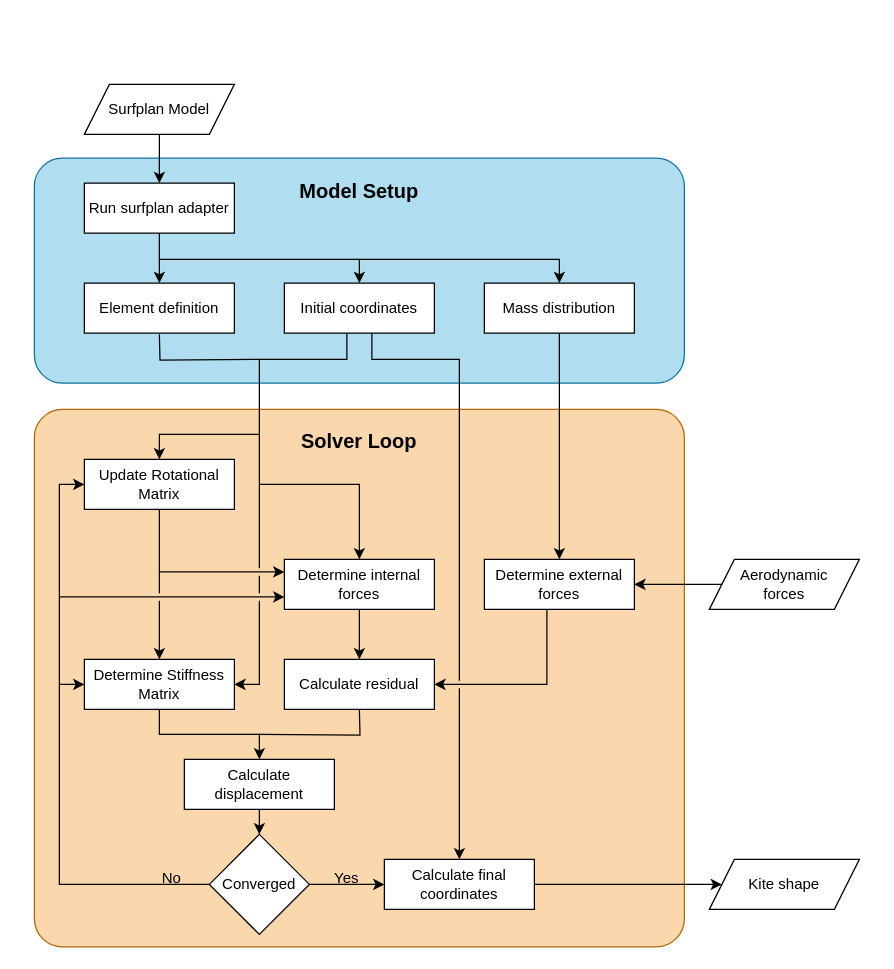
Earlier version of the draw.io diagram Figures/drawio/FEM_flowchart.drawio (PatrickRoel/Thesis). Source tidied: cells renumbered, new cells numbered last; positions are measured from the earlier drawing's top-left corner, leaving out a move shared by most shapes. Both pictures are drawn from the tidied source at 125%, with x=0, y=0 at pixel (34, 84).
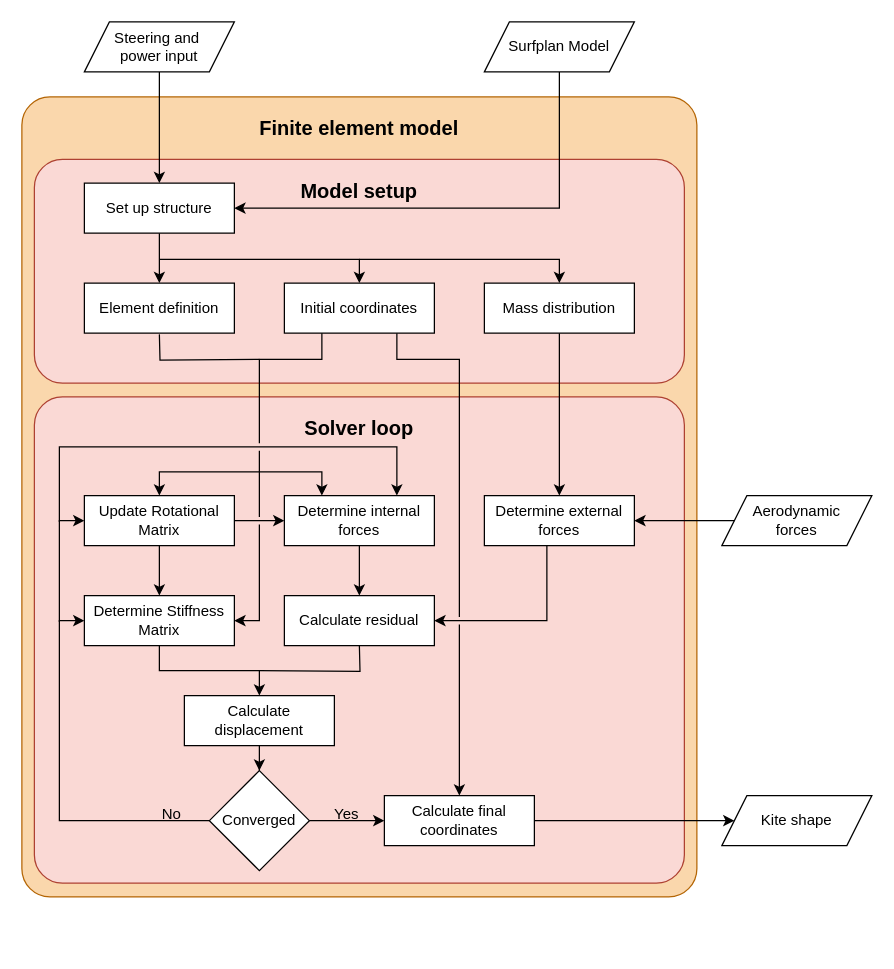
Above is the later version.

Unchanged cells that the change refers to:
```xml
<mxCell id="24" value="Initial coordinates" style="rounded=0;whiteSpace=wrap;html=1;" parent="1" vertex="1">
  <mxGeometry x="200" y="159" width="120" height="40" as="geometry" />
</mxCell>
```

What changed in the source:
```diff
@@
+    <mxCell id="46" style="rounded=1;whiteSpace=wrap;html=1;fillColor=#fad7ac;strokeColor=#b46504;absoluteArcSize=1;arcSize=45;" parent="1" vertex="1">
+      <mxGeometry x="-10" y="10" width="540" height="640" as="geometry" />
+    </mxCell>
-    <mxCell id="2" style="rounded=1;whiteSpace=wrap;html=1;fillColor=#FAD7AC;strokeColor=#b46504;glass=0;shadow=0;arcSize=45;absoluteArcSize=1;" parent="1" vertex="1">
-      <mxGeometry y="260" width="520" height="430" as="geometry" />
+    <mxCell id="2" style="rounded=1;whiteSpace=wrap;html=1;fillColor=#fad9d5;strokeColor=#ae4132;glass=0;shadow=0;arcSize=45;absoluteArcSize=1;" parent="1" vertex="1">
+      <mxGeometry y="250" width="520" height="389" as="geometry" />
     </mxCell>
-    <mxCell id="3" value="Solver Loop" style="text;html=1;whiteSpace=wrap;strokeColor=none;fillColor=none;align=center;verticalAlign=middle;rounded=0;fontStyle=1;fontSize=16;" parent="1" vertex="1">
-      <mxGeometry y="270" width="520" height="30" as="geometry" />
+    <mxCell id="3" value="Solver loop" style="text;html=1;whiteSpace=wrap;strokeColor=none;fillColor=none;align=center;verticalAlign=middle;rounded=0;fontStyle=1;fontSize=16;" parent="1" vertex="1">
+      <mxGeometry y="260" width="520" height="30" as="geometry" />
     </mxCell>
-    <mxCell id="4" style="rounded=1;whiteSpace=wrap;html=1;fillColor=#b1ddf0;strokeColor=#10739e;absoluteArcSize=1;arcSize=45;" parent="1" vertex="1">
-      <mxGeometry y="59" width="520" height="180" as="geometry" />
+    <mxCell id="4" style="rounded=1;whiteSpace=wrap;html=1;fillColor=#fad9d5;strokeColor=#ae4132;absoluteArcSize=1;arcSize=45;" parent="1" vertex="1">
+      <mxGeometry y="60" width="520" height="179" as="geometry" />
     </mxCell>
     <mxCell id="5" style="edgeStyle=orthogonalEdgeStyle;rounded=0;jettySize=auto;html=1;" parent="1" edge="1" source="6" target="7">
       <mxGeometry relative="1" as="geometry">
         <Array as="points">
-          <mxPoint x="260" y="480" />
-          <mxPoint x="260" y="480" />
+          <mxPoint x="260" y="429" />
+          <mxPoint x="260" y="429" />
         </Array>
       </mxGeometry>
     </mxCell>
     <mxCell id="6" value="Determine internal forces" style="rounded=0;whiteSpace=wrap;html=1;" parent="1" vertex="1">
-      <mxGeometry x="200" y="380" width="120" height="40" as="geometry" />
+      <mxGeometry x="200" y="329" width="120" height="40" as="geometry" />
     </mxCell>
     <mxCell id="7" value="Calculate residual" style="rounded=0;whiteSpace=wrap;html=1;" parent="1" vertex="1">
-      <mxGeometry x="200" y="460" width="120" height="40" as="geometry" />
+      <mxGeometry x="200" y="409" width="120" height="40" as="geometry" />
     </mxCell>
@@
     <mxCell id="9" value="Determine Stiffness Matrix" style="rounded=0;whiteSpace=wrap;html=1;" parent="1" vertex="1">
-      <mxGeometry x="40" y="460" width="120" height="40" as="geometry" />
+      <mxGeometry x="40" y="409" width="120" height="40" as="geometry" />
     </mxCell>
@@
     <mxCell id="11" value="Calculate displacement" style="rounded=0;whiteSpace=wrap;html=1;" parent="1" vertex="1">
-      <mxGeometry x="120" y="540" width="120" height="40" as="geometry" />
+      <mxGeometry x="120" y="489" width="120" height="40" as="geometry" />
     </mxCell>
     <mxCell id="12" style="edgeStyle=orthogonalEdgeStyle;rounded=0;jettySize=auto;html=1;entryX=0;entryY=0.5;entryDx=0;entryDy=0;" parent="1" edge="1" source="14" target="9">
       <mxGeometry relative="1" as="geometry">
         <Array as="points">
-          <mxPoint x="20" y="640" />
-          <mxPoint x="20" y="480" />
+          <mxPoint x="20" y="589" />
+          <mxPoint x="20" y="429" />
         </Array>
       </mxGeometry>
     </mxCell>
@@
     <mxCell id="14" value="Converged" style="rhombus;whiteSpace=wrap;html=1;" parent="1" vertex="1">
-      <mxGeometry x="140" y="600" width="80" height="80" as="geometry" />
+      <mxGeometry x="140" y="549" width="80" height="80" as="geometry" />
     </mxCell>
     <mxCell id="15" value="Yes" style="text;html=1;whiteSpace=wrap;strokeColor=none;fillColor=none;align=center;verticalAlign=middle;rounded=0;" parent="1" vertex="1">
-      <mxGeometry x="220" y="620" width="60" height="30" as="geometry" />
+      <mxGeometry x="220" y="569" width="60" height="30" as="geometry" />
     </mxCell>
     <mxCell id="16" value="No" style="text;html=1;whiteSpace=wrap;strokeColor=none;fillColor=none;align=center;verticalAlign=middle;rounded=0;" parent="1" vertex="1">
-      <mxGeometry x="80" y="620" width="60" height="30" as="geometry" />
+      <mxGeometry x="80" y="569" width="60" height="30" as="geometry" />
     </mxCell>
@@
     <mxCell id="18" style="edgeStyle=orthogonalEdgeStyle;rounded=0;jettySize=auto;html=1;entryX=1;entryY=0.5;entryDx=0;entryDy=0;" parent="1" edge="1" source="36" target="7">
       <mxGeometry relative="1" as="geometry">
         <Array as="points">
-          <mxPoint x="410" y="480" />
+          <mxPoint x="410" y="429" />
         </Array>
       </mxGeometry>
     </mxCell>
     <mxCell id="19" value="&lt;div&gt;Aerodynamic&lt;/div&gt;&lt;div&gt;forces&lt;/div&gt;" style="shape=parallelogram;perimeter=parallelogramPerimeter;whiteSpace=wrap;html=1;fixedSize=1;" parent="1" vertex="1">
-      <mxGeometry x="540" y="380" width="120" height="40" as="geometry" />
+      <mxGeometry x="550" y="329" width="120" height="40" as="geometry" />
     </mxCell>
     <mxCell id="20" style="edgeStyle=orthogonalEdgeStyle;rounded=0;jettySize=auto;html=1;exitX=1;exitY=0.75;exitDx=0;exitDy=0;" parent="1" edge="1" source="28" target="21">
       <mxGeometry relative="1" as="geometry">
         <Array as="points">
-          <mxPoint x="320" y="640" />
+          <mxPoint x="320" y="589" />
         </Array>
       </mxGeometry>
     </mxCell>
     <mxCell id="21" value="Kite shape" style="shape=parallelogram;perimeter=parallelogramPerimeter;whiteSpace=wrap;html=1;fixedSize=1;" parent="1" vertex="1">
-      <mxGeometry x="540" y="620" width="120" height="40" as="geometry" />
+      <mxGeometry x="550" y="569" width="120" height="40" as="geometry" />
     </mxCell>
-    <mxCell id="22" style="edgeStyle=orthogonalEdgeStyle;rounded=0;jettySize=auto;html=1;entryX=0.5;entryY=0;entryDx=0;entryDy=0;" parent="1" edge="1" source="24" target="29">
-      <mxGeometry relative="1" as="geometry">
-        <Array as="points">
-          <mxPoint x="250" y="220" />
-          <mxPoint x="180" y="220" />
-          <mxPoint x="180" y="280" />
-          <mxPoint x="100" y="280" />
-        </Array>
-      </mxGeometry>
-    </mxCell>
     <mxCell id="23" style="edgeStyle=orthogonalEdgeStyle;rounded=0;jettySize=auto;html=1;jumpStyle=gap;entryX=0.5;entryY=0;entryDx=0;entryDy=0;" parent="1" edge="1" source="24" target="28">
       <mxGeometry relative="1" as="geometry">
         <Array as="points">
-          <mxPoint x="270" y="220" />
+          <mxPoint x="290" y="220" />
           <mxPoint x="340" y="220" />
         </Array>
       </mxGeometry>
     </mxCell>
@@
-    <mxCell id="27" value="Run surfplan adapter" style="rounded=0;whiteSpace=wrap;html=1;" parent="1" vertex="1">
+    <mxCell id="27" value="Set up structure" style="rounded=0;whiteSpace=wrap;html=1;" parent="1" vertex="1">
       <mxGeometry x="40" y="79" width="120" height="40" as="geometry" />
     </mxCell>
     <mxCell id="28" value="Calculate final coordinates" style="rounded=0;whiteSpace=wrap;html=1;" parent="1" vertex="1">
-      <mxGeometry x="280" y="620" width="120" height="40" as="geometry" />
+      <mxGeometry x="280" y="569" width="120" height="40" as="geometry" />
     </mxCell>
-    <mxCell id="29" value="Update Rotational Matrix" style="rounded=0;whiteSpace=wrap;html=1;" parent="1" vertex="1">
-      <mxGeometry x="40" y="300" width="120" height="40" as="geometry" />
-    </mxCell>
-    <mxCell id="30" style="edgeStyle=orthogonalEdgeStyle;rounded=0;jettySize=auto;html=1;entryX=0;entryY=0.25;entryDx=0;entryDy=0;" parent="1" edge="1" source="29" target="6">
+    <mxCell id="30" style="edgeStyle=orthogonalEdgeStyle;rounded=0;jettySize=auto;html=1;" parent="1" edge="1" source="29">
       <mxGeometry relative="1" as="geometry">
+        <mxPoint x="200" y="349" as="targetPoint" />
         <Array as="points">
-          <mxPoint x="100" y="390" />
+          <mxPoint x="200" y="349" />
         </Array>
       </mxGeometry>
     </mxCell>
@@
-    <mxCell id="32" value="Surfplan Model" style="shape=parallelogram;perimeter=parallelogramPerimeter;whiteSpace=wrap;html=1;fixedSize=1;" parent="1" vertex="1">
-      <mxGeometry x="40" width="120" height="40" as="geometry" />
+    <mxCell id="32" value="&lt;div&gt;Steering and&amp;nbsp;&lt;/div&gt;&lt;div&gt;power input&lt;/div&gt;" style="shape=parallelogram;perimeter=parallelogramPerimeter;whiteSpace=wrap;html=1;fixedSize=1;" parent="1" vertex="1">
+      <mxGeometry x="40" y="-50" width="120" height="40" as="geometry" />
     </mxCell>
@@
     <mxCell id="36" value="&lt;div&gt;Determine external&lt;/div&gt;&lt;div&gt;forces&lt;/div&gt;" style="rounded=0;whiteSpace=wrap;html=1;" parent="1" vertex="1">
-      <mxGeometry x="360" y="380" width="120" height="40" as="geometry" />
+      <mxGeometry x="360" y="329" width="120" height="40" as="geometry" />
     </mxCell>
-    <mxCell id="37" value="Model Setup" style="text;html=1;whiteSpace=wrap;strokeColor=none;fillColor=none;align=center;verticalAlign=middle;rounded=0;fontStyle=1;fontSize=16;" parent="1" vertex="1">
+    <mxCell id="37" value="Model setup" style="text;html=1;whiteSpace=wrap;strokeColor=none;fillColor=none;align=center;verticalAlign=middle;rounded=0;fontStyle=1;fontSize=16;" parent="1" vertex="1">
       <mxGeometry y="70" width="520" height="30" as="geometry" />
     </mxCell>
@@
-    <mxCell id="39" style="endArrow=classic;html=1;rounded=0;edgeStyle=orthogonalEdgeStyle;" parent="1" edge="1">
-      <mxGeometry relative="1" as="geometry">
-        <mxPoint x="180" y="280" as="sourcePoint" />
-        <mxPoint x="260" y="380" as="targetPoint" />
-        <Array as="points">
-          <mxPoint x="180" y="320" />
-          <mxPoint x="260" y="320" />
-        </Array>
-      </mxGeometry>
-    </mxCell>
@@
     <mxCell id="41" style="endArrow=none;html=1;rounded=0;edgeStyle=orthogonalEdgeStyle;" parent="1" edge="1">
       <mxGeometry relative="1" as="geometry">
-        <mxPoint x="180" y="520" as="sourcePoint" />
-        <mxPoint x="260" y="500" as="targetPoint" />
+        <mxPoint x="180" y="469" as="sourcePoint" />
+        <mxPoint x="260" y="449" as="targetPoint" />
       </mxGeometry>
     </mxCell>
     <mxCell id="42" style="endArrow=classic;html=1;rounded=0;edgeStyle=orthogonalEdgeStyle;" parent="1" edge="1">
       <mxGeometry relative="1" as="geometry">
-        <mxPoint x="20" y="480" as="sourcePoint" />
-        <mxPoint x="200" y="410" as="targetPoint" />
+        <mxPoint x="20" y="350" as="sourcePoint" />
+        <mxPoint x="290" y="329" as="targetPoint" />
         <Array as="points">
-          <mxPoint x="20" y="410" />
+          <mxPoint x="20" y="290" />
+          <mxPoint x="290" y="290" />
         </Array>
       </mxGeometry>
     </mxCell>
-    <mxCell id="43" style="edgeStyle=orthogonalEdgeStyle;rounded=0;orthogonalLoop=1;jettySize=auto;html=1;jumpStyle=gap;" parent="1" edge="1">
+    <mxCell id="43" style="edgeStyle=orthogonalEdgeStyle;rounded=0;jettySize=auto;html=1;jumpStyle=gap;" parent="1" edge="1" source="29">
       <mxGeometry relative="1" as="geometry">
-        <mxPoint x="100" y="390" as="sourcePoint" />
-        <mxPoint x="100" y="460" as="targetPoint" />
+        <mxPoint x="100" y="409" as="targetPoint" />
         <Array as="points">
-          <mxPoint x="100" y="460" />
+          <mxPoint x="100" y="409" />
         </Array>
       </mxGeometry>
     </mxCell>
     <mxCell id="44" style="endArrow=classic;html=1;rounded=0;edgeStyle=orthogonalEdgeStyle;jumpStyle=gap;" parent="1" edge="1">
       <mxGeometry relative="1" as="geometry">
-        <mxPoint x="180" y="320" as="sourcePoint" />
-        <mxPoint x="160" y="480" as="targetPoint" />
+        <mxPoint x="180" y="310" as="sourcePoint" />
+        <mxPoint x="160" y="429" as="targetPoint" />
         <Array as="points">
-          <mxPoint x="180" y="480" />
+          <mxPoint x="180" y="429" />
         </Array>
       </mxGeometry>
     </mxCell>
     <mxCell id="45" style="endArrow=classic;html=1;rounded=0;entryX=0;entryY=0.5;entryDx=0;entryDy=0;edgeStyle=orthogonalEdgeStyle;" parent="1" edge="1" target="29">
       <mxGeometry relative="1" as="geometry">
-        <mxPoint x="20" y="410" as="sourcePoint" />
+        <mxPoint x="20" y="430" as="sourcePoint" />
         <Array as="points">
-          <mxPoint x="20" y="320" />
+          <mxPoint x="20" y="349" />
         </Array>
       </mxGeometry>
     </mxCell>
+    <mxCell id="47" style="edgeStyle=orthogonalEdgeStyle;rounded=0;jettySize=auto;html=1;entryX=1;entryY=0.5;entryDx=0;entryDy=0;" parent="1" edge="1" source="48" target="27">
+      <mxGeometry relative="1" as="geometry">
+        <Array as="points">
+          <mxPoint x="420" y="99" />
+        </Array>
+      </mxGeometry>
+    </mxCell>
+    <mxCell id="48" value="Surfplan Model" style="shape=parallelogram;perimeter=parallelogramPerimeter;whiteSpace=wrap;html=1;fixedSize=1;" parent="1" vertex="1">
+      <mxGeometry x="360" y="-50" width="120" height="40" as="geometry" />
+    </mxCell>
+    <mxCell id="49" value="Finite element model" style="text;html=1;whiteSpace=wrap;strokeColor=none;fillColor=none;align=center;verticalAlign=middle;rounded=0;fontStyle=1;fontSize=16;" parent="1" vertex="1">
+      <mxGeometry y="20" width="520" height="30" as="geometry" />
+    </mxCell>
+    <mxCell id="29" value="Update Rotational Matrix" style="rounded=0;whiteSpace=wrap;html=1;" parent="1" vertex="1">
+      <mxGeometry x="40" y="329" width="120" height="40" as="geometry" />
+    </mxCell>
+    <mxCell id="39" style="endArrow=classic;html=1;rounded=0;edgeStyle=orthogonalEdgeStyle;" parent="1" edge="1">
+      <mxGeometry relative="1" as="geometry">
+        <mxPoint x="180" y="310" as="sourcePoint" />
+        <mxPoint x="230" y="329" as="targetPoint" />
+        <Array as="points">
+          <mxPoint x="180" y="310" />
+          <mxPoint x="230" y="310" />
+          <mxPoint x="230" y="329" />
+        </Array>
+      </mxGeometry>
+    </mxCell>
+    <mxCell id="22" style="edgeStyle=orthogonalEdgeStyle;rounded=0;jettySize=auto;html=1;entryX=0.5;entryY=0;entryDx=0;entryDy=0;jumpStyle=gap;" parent="1" edge="1" source="24" target="29">
+      <mxGeometry relative="1" as="geometry">
+        <Array as="points">
+          <mxPoint x="230" y="220" />
+          <mxPoint x="180" y="220" />
+          <mxPoint x="180" y="310" />
+          <mxPoint x="100" y="310" />
+        </Array>
+      </mxGeometry>
+    </mxCell>
```
